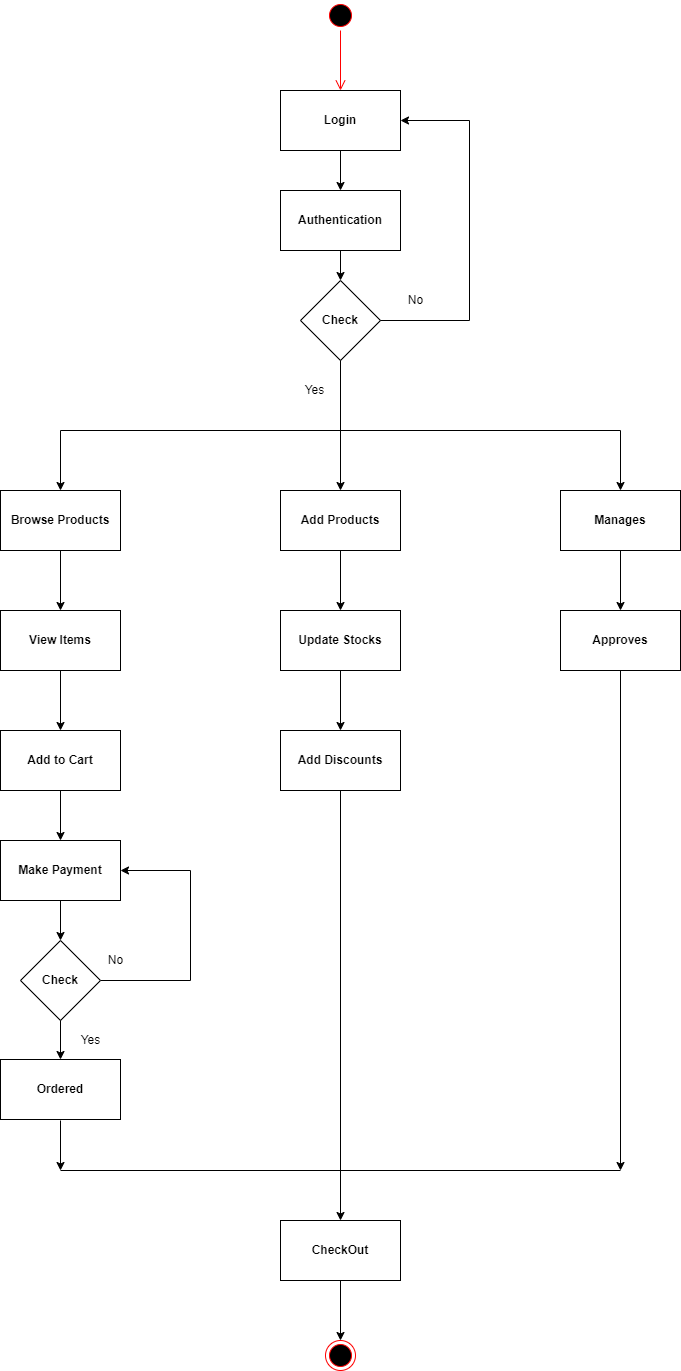
Earlier version of the draw.io export java-basics/03-12-2021/Online Shopping Portal/Activity Diagram.drawio.png (MuniswamiKokila/UST-prograd-training). Source tidied: cells renumbered, new cells last; positions are measured from the earlier drawing's top-left corner, leaving out a move shared by most shapes.
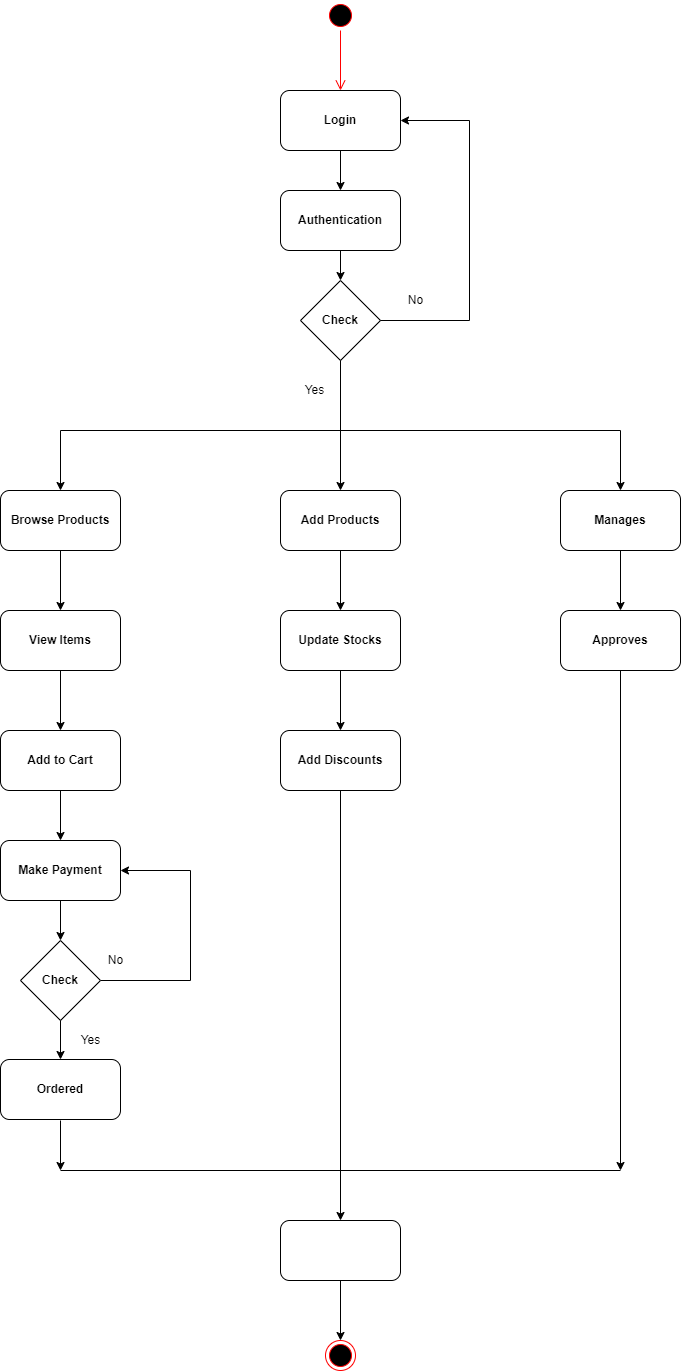
Above is the later version.

Change to the diagram source:
```diff
@@ -2,9 +2,6 @@
   <root>
     <mxCell id="0" />
     <mxCell id="1" parent="0" />
-    <mxCell id="2" value="&lt;b&gt;Login&lt;/b&gt;" style="rounded=0;whiteSpace=wrap;html=1;" parent="1" vertex="1">
-      <mxGeometry x="280" y="90" width="120" height="60" as="geometry" />
-    </mxCell>
     <mxCell id="3" style="ellipse;html=1;shape=startState;fillColor=#000000;strokeColor=#ff0000;" parent="1" vertex="1">
       <mxGeometry x="325" width="30" height="30" as="geometry" />
     </mxCell>
@@ -13,12 +10,10 @@
         <mxPoint x="340" y="90" as="targetPoint" />
       </mxGeometry>
     </mxCell>
-    <mxCell id="5" value="&lt;b&gt;Authentication&lt;/b&gt;" style="rounded=0;whiteSpace=wrap;html=1;" parent="1" vertex="1">
-      <mxGeometry x="280" y="190" width="120" height="60" as="geometry" />
-    </mxCell>
-    <mxCell id="6" style="edgeStyle=orthogonalEdgeStyle;rounded=0;jettySize=auto;html=1;entryX=1;entryY=0.5;entryDx=0;entryDy=0;" parent="1" edge="1" target="2">
+    <mxCell id="6" style="edgeStyle=orthogonalEdgeStyle;rounded=0;orthogonalLoop=1;jettySize=auto;html=1;entryX=1;entryY=0.5;entryDx=0;entryDy=0;" parent="1" edge="1">
       <mxGeometry relative="1" as="geometry">
         <mxPoint x="379" y="320" as="sourcePoint" />
+        <mxPoint x="400" y="120" as="targetPoint" />
         <Array as="points">
           <mxPoint x="469" y="320" />
           <mxPoint x="469" y="120" />
@@ -28,35 +23,9 @@
     <mxCell id="7" value="&lt;b&gt;Check&lt;/b&gt;" style="rhombus;whiteSpace=wrap;html=1;" parent="1" vertex="1">
       <mxGeometry x="300" y="280" width="80" height="80" as="geometry" />
     </mxCell>
-    <mxCell id="8" value="&lt;b&gt;Browse Products&lt;/b&gt;" style="rounded=0;whiteSpace=wrap;html=1;" parent="1" vertex="1">
-      <mxGeometry y="490" width="120" height="60" as="geometry" />
-    </mxCell>
-    <mxCell id="9" value="&lt;b&gt;Add Products&lt;/b&gt;" style="rounded=0;whiteSpace=wrap;html=1;" parent="1" vertex="1">
-      <mxGeometry x="280" y="490" width="120" height="60" as="geometry" />
-    </mxCell>
-    <mxCell id="10" value="&lt;b&gt;Manages&lt;/b&gt;" style="rounded=0;whiteSpace=wrap;html=1;" parent="1" vertex="1">
-      <mxGeometry x="560" y="490" width="120" height="60" as="geometry" />
-    </mxCell>
-    <mxCell id="11" value="&lt;b&gt;View Items&lt;/b&gt;" style="rounded=0;whiteSpace=wrap;html=1;" parent="1" vertex="1">
-      <mxGeometry y="610" width="120" height="60" as="geometry" />
-    </mxCell>
-    <mxCell id="12" value="&lt;b&gt;Update Stocks&lt;/b&gt;" style="rounded=0;whiteSpace=wrap;html=1;" parent="1" vertex="1">
-      <mxGeometry x="280" y="610" width="120" height="60" as="geometry" />
-    </mxCell>
-    <mxCell id="13" value="&lt;b&gt;Approves&lt;/b&gt;" style="rounded=0;whiteSpace=wrap;html=1;" parent="1" vertex="1">
-      <mxGeometry x="560" y="610" width="120" height="60" as="geometry" />
-    </mxCell>
-    <mxCell id="14" value="&lt;b&gt;Add to Cart&lt;/b&gt;" style="rounded=0;whiteSpace=wrap;html=1;" parent="1" vertex="1">
-      <mxGeometry y="730" width="120" height="60" as="geometry" />
-    </mxCell>
-    <mxCell id="15" value="&lt;b&gt;Add Discounts&lt;/b&gt;" style="rounded=0;whiteSpace=wrap;html=1;" parent="1" vertex="1">
-      <mxGeometry x="280" y="730" width="120" height="60" as="geometry" />
-    </mxCell>
-    <mxCell id="16" value="&lt;b&gt;Make Payment&lt;/b&gt;" style="rounded=0;whiteSpace=wrap;html=1;" parent="1" vertex="1">
-      <mxGeometry y="840" width="120" height="60" as="geometry" />
-    </mxCell>
-    <mxCell id="17" style="edgeStyle=orthogonalEdgeStyle;rounded=0;jettySize=auto;html=1;entryX=1;entryY=0.5;entryDx=0;entryDy=0;" parent="1" edge="1" source="18" target="16">
+    <mxCell id="17" style="edgeStyle=orthogonalEdgeStyle;rounded=0;jettySize=auto;html=1;entryX=1;entryY=0.5;entryDx=0;entryDy=0;" parent="1" edge="1" source="18">
       <mxGeometry relative="1" as="geometry">
+        <mxPoint x="120" y="870" as="targetPoint" />
         <Array as="points">
           <mxPoint x="190" y="980" />
           <mxPoint x="190" y="870" />
@@ -66,12 +35,6 @@
     <mxCell id="18" value="&lt;b&gt;Check&lt;/b&gt;" style="rhombus;whiteSpace=wrap;html=1;" parent="1" vertex="1">
       <mxGeometry x="20" y="940" width="80" height="80" as="geometry" />
     </mxCell>
-    <mxCell id="19" value="&lt;b&gt;Ordered&lt;/b&gt;" style="rounded=0;whiteSpace=wrap;html=1;" parent="1" vertex="1">
-      <mxGeometry y="1059" width="120" height="60" as="geometry" />
-    </mxCell>
-    <mxCell id="20" value="&lt;b&gt;CheckOut&lt;/b&gt;" style="rounded=0;whiteSpace=wrap;html=1;" parent="1" vertex="1">
-      <mxGeometry x="280" y="1220" width="120" height="60" as="geometry" />
-    </mxCell>
     <mxCell id="21" style="ellipse;html=1;shape=endState;fillColor=#000000;strokeColor=#ff0000;" parent="1" vertex="1">
       <mxGeometry x="325" y="1340" width="30" height="30" as="geometry" />
     </mxCell>
@@ -87,51 +50,74 @@
         <mxPoint x="620" y="430" as="targetPoint" />
       </mxGeometry>
     </mxCell>
-    <mxCell id="24" style="endArrow=classic;html=1;rounded=0;entryX=0.5;entryY=0;entryDx=0;entryDy=0;" parent="1" edge="1" target="8">
+    <mxCell id="24" style="endArrow=classic;html=1;rounded=0;entryX=0.5;entryY=0;entryDx=0;entryDy=0;" parent="1" edge="1">
       <mxGeometry relative="1" as="geometry">
         <mxPoint x="60" y="430" as="sourcePoint" />
+        <mxPoint x="60" y="490" as="targetPoint" />
       </mxGeometry>
     </mxCell>
-    <mxCell id="25" style="endArrow=classic;html=1;rounded=0;" parent="1" edge="1" target="10">
+    <mxCell id="25" style="endArrow=classic;html=1;rounded=0;" parent="1" edge="1">
       <mxGeometry relative="1" as="geometry">
         <mxPoint x="620" y="430" as="sourcePoint" />
+        <mxPoint x="620" y="490" as="targetPoint" />
       </mxGeometry>
     </mxCell>
-    <mxCell id="26" style="endArrow=classic;html=1;rounded=0;exitX=0.5;exitY=1;exitDx=0;exitDy=0;entryX=0.5;entryY=0;entryDx=0;entryDy=0;" parent="1" edge="1" source="7" target="9">
-      <mxGeometry relative="1" as="geometry" />
+    <mxCell id="26" style="endArrow=classic;html=1;rounded=0;exitX=0.5;exitY=1;exitDx=0;exitDy=0;entryX=0.5;entryY=0;entryDx=0;entryDy=0;" parent="1" edge="1" source="7">
+      <mxGeometry relative="1" as="geometry">
+        <mxPoint x="340" y="490" as="targetPoint" />
+      </mxGeometry>
     </mxCell>
-    <mxCell id="27" style="endArrow=classic;html=1;rounded=0;" parent="1" edge="1" target="5">
+    <mxCell id="27" style="endArrow=classic;html=1;rounded=0;" parent="1" edge="1">
       <mxGeometry relative="1" as="geometry">
         <mxPoint x="340" y="150" as="sourcePoint" />
+        <mxPoint x="340" y="190" as="targetPoint" />
       </mxGeometry>
     </mxCell>
-    <mxCell id="28" style="endArrow=classic;html=1;rounded=0;exitX=0.5;exitY=1;exitDx=0;exitDy=0;entryX=0.5;entryY=0;entryDx=0;entryDy=0;" parent="1" edge="1" source="5" target="7">
-      <mxGeometry relative="1" as="geometry" />
+    <mxCell id="28" style="endArrow=classic;html=1;rounded=0;exitX=0.5;exitY=1;exitDx=0;exitDy=0;entryX=0.5;entryY=0;entryDx=0;entryDy=0;" parent="1" edge="1" target="7">
+      <mxGeometry relative="1" as="geometry">
+        <mxPoint x="340" y="250" as="sourcePoint" />
+      </mxGeometry>
     </mxCell>
-    <mxCell id="29" style="endArrow=classic;html=1;rounded=0;entryX=0.5;entryY=0;entryDx=0;entryDy=0;exitX=0.5;exitY=1;exitDx=0;exitDy=0;" parent="1" edge="1" source="9" target="12">
-      <mxGeometry relative="1" as="geometry" />
+    <mxCell id="29" style="endArrow=classic;html=1;rounded=0;entryX=0.5;entryY=0;entryDx=0;entryDy=0;exitX=0.5;exitY=1;exitDx=0;exitDy=0;" parent="1" edge="1">
+      <mxGeometry relative="1" as="geometry">
+        <mxPoint x="340" y="550" as="sourcePoint" />
+        <mxPoint x="340" y="610" as="targetPoint" />
+      </mxGeometry>
     </mxCell>
-    <mxCell id="30" style="endArrow=classic;html=1;rounded=0;entryX=0.5;entryY=0;entryDx=0;entryDy=0;exitX=0.5;exitY=1;exitDx=0;exitDy=0;" parent="1" edge="1" source="10" target="13">
-      <mxGeometry relative="1" as="geometry" />
+    <mxCell id="30" style="endArrow=classic;html=1;rounded=0;entryX=0.5;entryY=0;entryDx=0;entryDy=0;exitX=0.5;exitY=1;exitDx=0;exitDy=0;" parent="1" edge="1">
+      <mxGeometry relative="1" as="geometry">
+        <mxPoint x="620" y="550" as="sourcePoint" />
+        <mxPoint x="620" y="610" as="targetPoint" />
+      </mxGeometry>
     </mxCell>
-    <mxCell id="31" style="endArrow=classic;html=1;rounded=0;entryX=0.5;entryY=0;entryDx=0;entryDy=0;exitX=0.5;exitY=1;exitDx=0;exitDy=0;" parent="1" edge="1" source="8" target="11">
-      <mxGeometry relative="1" as="geometry" />
+    <mxCell id="31" style="endArrow=classic;html=1;rounded=0;entryX=0.5;entryY=0;entryDx=0;entryDy=0;exitX=0.5;exitY=1;exitDx=0;exitDy=0;" parent="1" edge="1">
+      <mxGeometry relative="1" as="geometry">
+        <mxPoint x="60" y="550" as="sourcePoint" />
+        <mxPoint x="60" y="610" as="targetPoint" />
+      </mxGeometry>
     </mxCell>
-    <mxCell id="32" style="endArrow=classic;html=1;rounded=0;exitX=0.5;exitY=1;exitDx=0;exitDy=0;" parent="1" edge="1" source="11">
+    <mxCell id="32" style="endArrow=classic;html=1;rounded=0;exitX=0.5;exitY=1;exitDx=0;exitDy=0;" parent="1" edge="1">
       <mxGeometry relative="1" as="geometry">
+        <mxPoint x="60" y="670" as="sourcePoint" />
         <mxPoint x="60" y="730" as="targetPoint" />
       </mxGeometry>
     </mxCell>
-    <mxCell id="33" style="endArrow=classic;html=1;rounded=0;entryX=0.5;entryY=0;entryDx=0;entryDy=0;exitX=0.5;exitY=1;exitDx=0;exitDy=0;" parent="1" edge="1" source="14" target="16">
-      <mxGeometry relative="1" as="geometry" />
+    <mxCell id="33" style="endArrow=classic;html=1;rounded=0;entryX=0.5;entryY=0;entryDx=0;entryDy=0;exitX=0.5;exitY=1;exitDx=0;exitDy=0;" parent="1" edge="1">
+      <mxGeometry relative="1" as="geometry">
+        <mxPoint x="60" y="790" as="sourcePoint" />
+        <mxPoint x="60" y="840" as="targetPoint" />
+      </mxGeometry>
     </mxCell>
-    <mxCell id="34" style="endArrow=classic;html=1;rounded=0;exitX=0.5;exitY=1;exitDx=0;exitDy=0;" parent="1" edge="1" source="16">
+    <mxCell id="34" style="endArrow=classic;html=1;rounded=0;exitX=0.5;exitY=1;exitDx=0;exitDy=0;" parent="1" edge="1">
       <mxGeometry relative="1" as="geometry">
+        <mxPoint x="60" y="900" as="sourcePoint" />
         <mxPoint x="60" y="940" as="targetPoint" />
       </mxGeometry>
     </mxCell>
-    <mxCell id="35" style="endArrow=classic;html=1;rounded=0;exitX=0.5;exitY=1;exitDx=0;exitDy=0;entryX=0.5;entryY=0;entryDx=0;entryDy=0;" parent="1" edge="1" source="18" target="19">
-      <mxGeometry relative="1" as="geometry" />
+    <mxCell id="35" style="endArrow=classic;html=1;rounded=0;exitX=0.5;exitY=1;exitDx=0;exitDy=0;entryX=0.5;entryY=0;entryDx=0;entryDy=0;" parent="1" edge="1" source="18">
+      <mxGeometry relative="1" as="geometry">
+        <mxPoint x="60" y="1059" as="targetPoint" />
+      </mxGeometry>
     </mxCell>
     <mxCell id="36" style="endArrow=classic;html=1;rounded=0;" parent="1" edge="1">
       <mxGeometry relative="1" as="geometry">
@@ -139,14 +125,21 @@
         <mxPoint x="60" y="1170" as="targetPoint" />
       </mxGeometry>
     </mxCell>
-    <mxCell id="37" style="endArrow=classic;html=1;rounded=0;exitX=0.5;exitY=1;exitDx=0;exitDy=0;entryX=0.5;entryY=0;entryDx=0;entryDy=0;" parent="1" edge="1" source="12" target="15">
-      <mxGeometry relative="1" as="geometry" />
+    <mxCell id="37" style="endArrow=classic;html=1;rounded=0;exitX=0.5;exitY=1;exitDx=0;exitDy=0;entryX=0.5;entryY=0;entryDx=0;entryDy=0;" parent="1" edge="1">
+      <mxGeometry relative="1" as="geometry">
+        <mxPoint x="340" y="670" as="sourcePoint" />
+        <mxPoint x="340" y="730" as="targetPoint" />
+      </mxGeometry>
     </mxCell>
-    <mxCell id="38" style="endArrow=classic;html=1;rounded=0;exitX=0.5;exitY=1;exitDx=0;exitDy=0;entryX=0.5;entryY=0;entryDx=0;entryDy=0;" parent="1" edge="1" source="15" target="20">
-      <mxGeometry relative="1" as="geometry" />
+    <mxCell id="38" style="endArrow=classic;html=1;rounded=0;exitX=0.5;exitY=1;exitDx=0;exitDy=0;entryX=0.5;entryY=0;entryDx=0;entryDy=0;" parent="1" edge="1">
+      <mxGeometry relative="1" as="geometry">
+        <mxPoint x="340" y="790" as="sourcePoint" />
+        <mxPoint x="340" y="1220" as="targetPoint" />
+      </mxGeometry>
     </mxCell>
-    <mxCell id="39" style="endArrow=classic;html=1;rounded=0;exitX=0.5;exitY=1;exitDx=0;exitDy=0;" parent="1" edge="1" source="13">
+    <mxCell id="39" style="endArrow=classic;html=1;rounded=0;exitX=0.5;exitY=1;exitDx=0;exitDy=0;" parent="1" edge="1">
       <mxGeometry relative="1" as="geometry">
+        <mxPoint x="620" y="670" as="sourcePoint" />
         <mxPoint x="620" y="1170" as="targetPoint" />
       </mxGeometry>
     </mxCell>
@@ -162,8 +155,49 @@
     <mxCell id="43" value="Yes" style="text;html=1;align=center;verticalAlign=middle;fillColor=none;strokeColor=none;rounded=0;" parent="1" vertex="1">
       <mxGeometry x="70" y="1030" width="40" height="20" as="geometry" />
     </mxCell>
-    <mxCell id="44" style="endArrow=classic;html=1;rounded=0;entryX=0.5;entryY=0;entryDx=0;entryDy=0;exitX=0.5;exitY=1;exitDx=0;exitDy=0;" parent="1" edge="1" source="20" target="21">
-      <mxGeometry relative="1" as="geometry" />
+    <mxCell id="44" style="endArrow=classic;html=1;rounded=0;entryX=0.5;entryY=0;entryDx=0;entryDy=0;exitX=0.5;exitY=1;exitDx=0;exitDy=0;" parent="1" edge="1" target="21">
+      <mxGeometry relative="1" as="geometry">
+        <mxPoint x="340" y="1280" as="sourcePoint" />
+      </mxGeometry>
     </mxCell>
+    <mxCell id="2" value="&lt;b&gt;Login&lt;/b&gt;" style="rounded=1;whiteSpace=wrap;html=1;" parent="1" vertex="1">
+      <mxGeometry x="280" y="90" width="120" height="60" as="geometry" />
+    </mxCell>
+    <mxCell id="5" value="&lt;b&gt;Authentication&lt;/b&gt;" style="rounded=1;whiteSpace=wrap;html=1;" parent="1" vertex="1">
+      <mxGeometry x="280" y="190" width="120" height="60" as="geometry" />
+    </mxCell>
+    <mxCell id="8" value="&lt;b&gt;Browse Products&lt;/b&gt;" style="rounded=1;whiteSpace=wrap;html=1;" parent="1" vertex="1">
+      <mxGeometry y="490" width="120" height="60" as="geometry" />
+    </mxCell>
+    <mxCell id="9" value="&lt;b&gt;Add Products&lt;/b&gt;" style="rounded=1;whiteSpace=wrap;html=1;" parent="1" vertex="1">
+      <mxGeometry x="280" y="490" width="120" height="60" as="geometry" />
+    </mxCell>
+    <mxCell id="10" value="&lt;b&gt;Manages&lt;/b&gt;" style="rounded=1;whiteSpace=wrap;html=1;" parent="1" vertex="1">
+      <mxGeometry x="560" y="490" width="120" height="60" as="geometry" />
+    </mxCell>
+    <mxCell id="11" value="&lt;b&gt;View Items&lt;/b&gt;" style="rounded=1;whiteSpace=wrap;html=1;" parent="1" vertex="1">
+      <mxGeometry y="610" width="120" height="60" as="geometry" />
+    </mxCell>
+    <mxCell id="12" value="&lt;b&gt;Update Stocks&lt;/b&gt;" style="rounded=1;whiteSpace=wrap;html=1;" parent="1" vertex="1">
+      <mxGeometry x="280" y="610" width="120" height="60" as="geometry" />
+    </mxCell>
+    <mxCell id="13" value="&lt;b&gt;Approves&lt;/b&gt;" style="rounded=1;whiteSpace=wrap;html=1;" parent="1" vertex="1">
+      <mxGeometry x="560" y="610" width="120" height="60" as="geometry" />
+    </mxCell>
+    <mxCell id="14" value="&lt;b&gt;Add to Cart&lt;/b&gt;" style="rounded=1;whiteSpace=wrap;html=1;" parent="1" vertex="1">
+      <mxGeometry y="730" width="120" height="60" as="geometry" />
+    </mxCell>
+    <mxCell id="15" value="&lt;b&gt;Add Discounts&lt;/b&gt;" style="rounded=1;whiteSpace=wrap;html=1;" parent="1" vertex="1">
+      <mxGeometry x="280" y="730" width="120" height="60" as="geometry" />
+    </mxCell>
+    <mxCell id="16" value="&lt;b&gt;Make Payment&lt;/b&gt;" style="rounded=1;whiteSpace=wrap;html=1;" parent="1" vertex="1">
+      <mxGeometry y="840" width="120" height="60" as="geometry" />
+    </mxCell>
+    <mxCell id="19" value="&lt;b&gt;Ordered&lt;/b&gt;" style="rounded=1;whiteSpace=wrap;html=1;" parent="1" vertex="1">
+      <mxGeometry y="1059" width="120" height="60" as="geometry" />
+    </mxCell>
+    <mxCell id="45" style="rounded=1;whiteSpace=wrap;html=1;" parent="1" vertex="1">
+      <mxGeometry x="280" y="1220" width="120" height="60" as="geometry" />
+    </mxCell>
   </root>
 </mxGraphModel>
```
